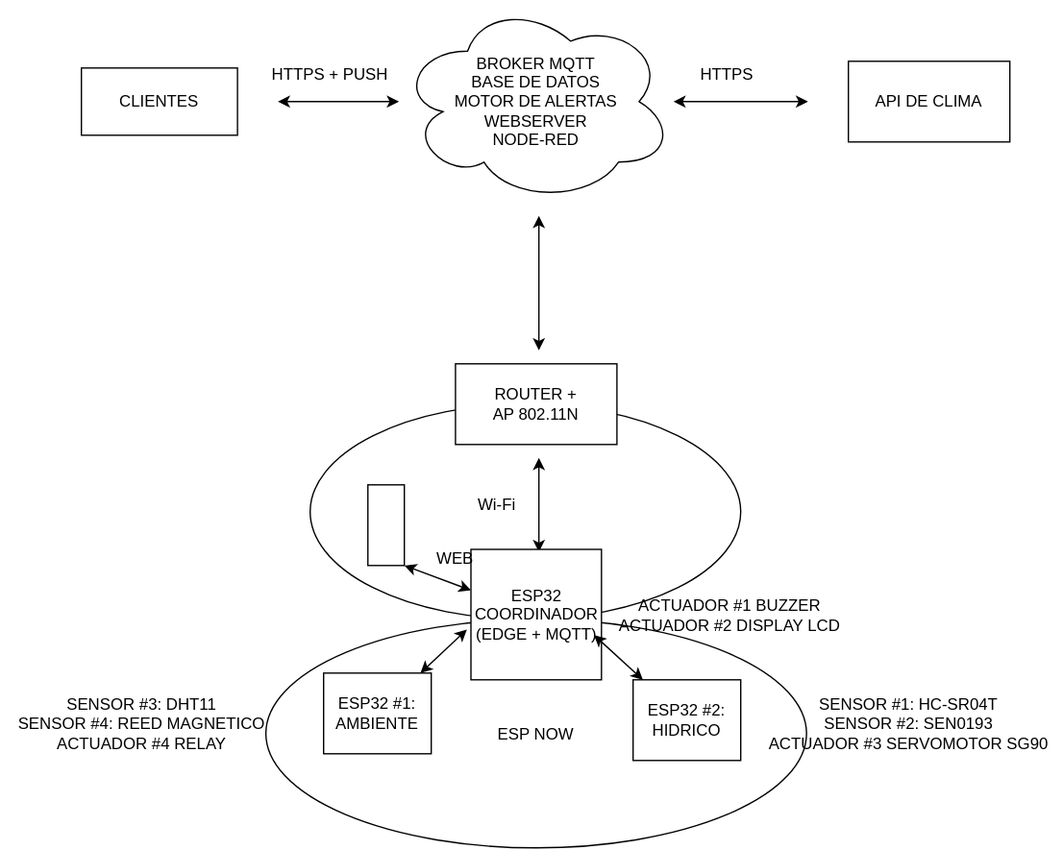
Earlier version of the draw.io export lucianosalgado/arq.svg (zellsito/proxecto_novas_arquitecturas_grupo_5_2627). Source tidied: cells renumbered, new cells last; positions are measured from the earlier drawing's top-left corner, leaving out a move shared by most shapes.
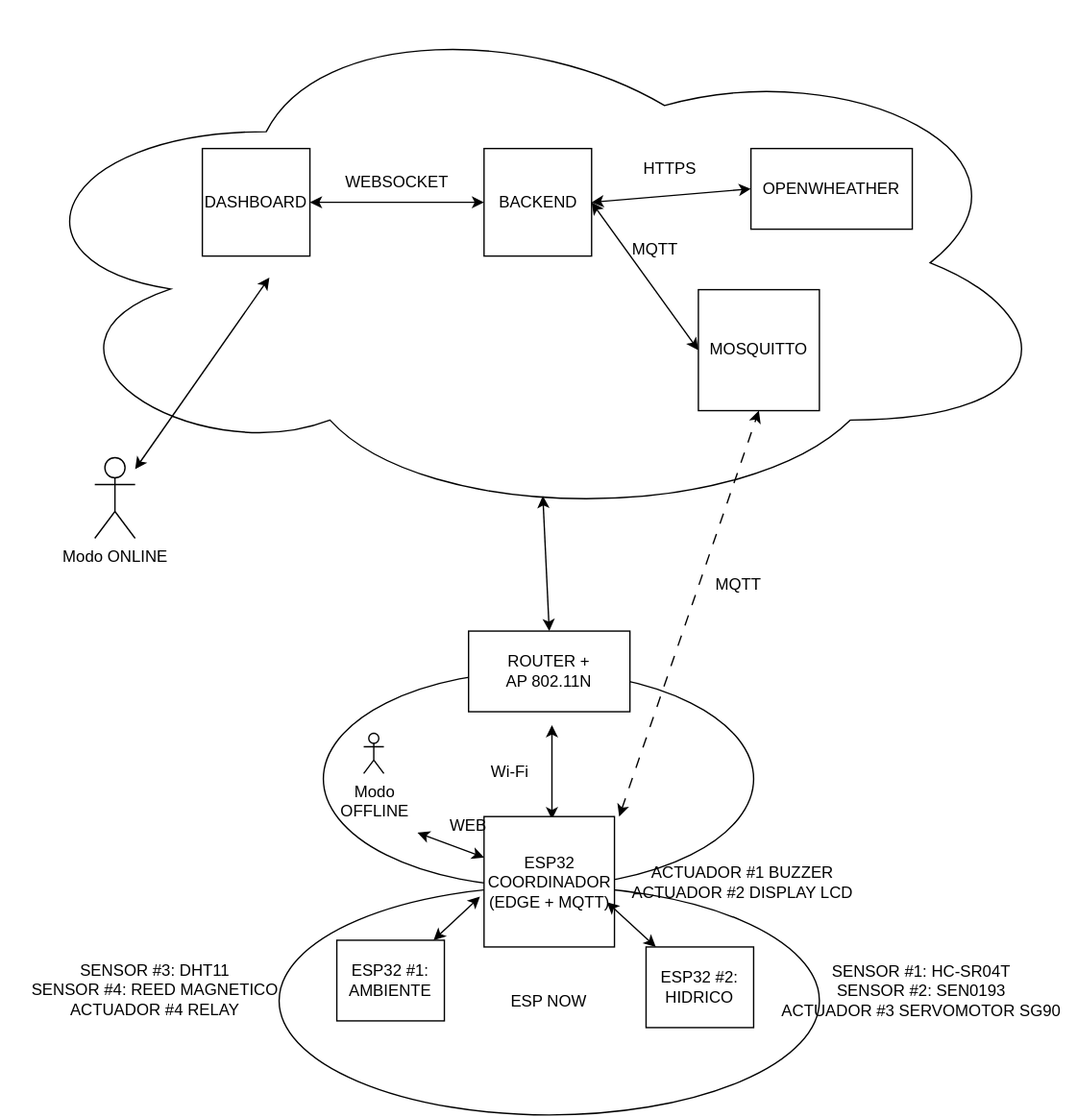
After the change.

Diff of the diagram source:
```diff
@@ -8,32 +8,14 @@
     <mxCell id="3" value="ESP NOW" style="ellipse;whiteSpace=wrap;html=1;shapeInside=1;" parent="1" vertex="1">
       <mxGeometry x="197.1" y="460" width="401.8" height="170" as="geometry" />
     </mxCell>
-    <mxCell id="4" value="BROKER MQTT&lt;div&gt;BASE DE DATOS&lt;/div&gt;&lt;div&gt;MOTOR DE ALERTAS&lt;/div&gt;&lt;div&gt;WEBSERVER&lt;/div&gt;&lt;div&gt;NODE-RED&lt;/div&gt;" style="ellipse;shape=cloud;whiteSpace=wrap;html=1;perimeter=cloudPerimeter;" parent="1" vertex="1">
-      <mxGeometry x="296" width="204" height="150" as="geometry" />
+    <mxCell id="4" style="ellipse;shape=cloud;whiteSpace=wrap;html=1;perimeter=cloudPerimeter;" parent="1" vertex="1">
+      <mxGeometry x="-10" y="-199" width="790" height="390" as="geometry" />
     </mxCell>
-    <mxCell id="5" value="CLIENTES" style="rounded=0;whiteSpace=wrap;html=1;" parent="1" vertex="1">
-      <mxGeometry x="60" y="50" width="116" height="50" as="geometry" />
-    </mxCell>
-    <mxCell id="6" value="API DE CLIMA" style="rounded=0;whiteSpace=wrap;html=1;" parent="1" vertex="1">
-      <mxGeometry x="630" y="45" width="120" height="60" as="geometry" />
+    <mxCell id="6" value="OPENWHEATHER" style="rounded=0;whiteSpace=wrap;html=1;" parent="1" vertex="1">
+      <mxGeometry x="548" y="-89" width="120" height="60" as="geometry" />
     </mxCell>
-    <mxCell id="7" style="endArrow=classic;startArrow=classic;html=1;rounded=0;defaultLabelBackgroundColor=page;labelPadding=0 4;" parent="1" edge="1">
-      <mxGeometry relative="1" as="geometry">
-        <mxPoint x="500" y="75" as="sourcePoint" />
-        <mxPoint x="600" y="75" as="targetPoint" />
-      </mxGeometry>
-    </mxCell>
-    <mxCell id="8" style="endArrow=classic;startArrow=classic;html=1;rounded=0;defaultLabelBackgroundColor=page;labelPadding=0 4;" parent="1" edge="1">
-      <mxGeometry relative="1" as="geometry">
-        <mxPoint x="206" y="75" as="sourcePoint" />
-        <mxPoint x="296" y="75" as="targetPoint" />
-      </mxGeometry>
-    </mxCell>
-    <mxCell id="9" style="endArrow=classic;startArrow=classic;html=1;rounded=0;defaultLabelBackgroundColor=page;labelPadding=0 4;" parent="1" edge="1">
-      <mxGeometry relative="1" as="geometry">
-        <mxPoint x="400" y="260" as="sourcePoint" />
-        <mxPoint x="400" y="160" as="targetPoint" />
-      </mxGeometry>
+    <mxCell id="9" style="endArrow=classic;startArrow=classic;html=1;rounded=0;defaultLabelBackgroundColor=page;labelPadding=0 4;exitX=0.5;exitY=0;exitDx=0;exitDy=0;" parent="1" edge="1" source="10" target="4">
+      <mxGeometry relative="1" as="geometry" />
     </mxCell>
     <mxCell id="10" value="ROUTER +&lt;div&gt;AP 802.11N&lt;/div&gt;" style="rounded=0;whiteSpace=wrap;html=1;" parent="1" vertex="1">
       <mxGeometry x="338" y="270" width="120" height="60" as="geometry" />
@@ -59,17 +41,10 @@
     <mxCell id="16" style="endArrow=classic;startArrow=classic;html=1;rounded=0;defaultLabelBackgroundColor=page;labelPadding=0 4;entryX=-0.031;entryY=0.614;entryDx=0;entryDy=0;entryPerimeter=0;" parent="1" edge="1" source="14" target="12">
       <mxGeometry relative="1" as="geometry" />
     </mxCell>
-    <mxCell id="17" value="HTTPS + PUSH" style="text;html=1;whiteSpace=wrap;strokeColor=none;fillColor=none;align=center;verticalAlign=middle;rounded=0;" parent="1" vertex="1">
-      <mxGeometry x="190" y="40" width="110" height="30" as="geometry" />
-    </mxCell>
-    <mxCell id="18" value="HTTPS" style="text;html=1;whiteSpace=wrap;strokeColor=none;fillColor=none;align=center;verticalAlign=middle;rounded=0;" parent="1" vertex="1">
-      <mxGeometry x="510" y="40" width="60" height="30" as="geometry" />
-    </mxCell>
-    <mxCell id="19" style="rounded=0;whiteSpace=wrap;html=1;" parent="1" vertex="1">
-      <mxGeometry x="272.9" y="360" width="27.1" height="60" as="geometry" />
-    </mxCell>
-    <mxCell id="20" style="endArrow=classic;startArrow=classic;html=1;rounded=0;defaultLabelBackgroundColor=page;labelPadding=0 4;entryX=1;entryY=1;entryDx=0;entryDy=0;" parent="1" edge="1" source="12" target="19">
-      <mxGeometry relative="1" as="geometry" />
+    <mxCell id="20" style="endArrow=classic;startArrow=classic;html=1;rounded=0;defaultLabelBackgroundColor=page;labelPadding=0 4;entryX=1;entryY=1;entryDx=0;entryDy=0;" parent="1" edge="1" source="12">
+      <mxGeometry relative="1" as="geometry">
+        <mxPoint x="300" y="420" as="targetPoint" />
+      </mxGeometry>
     </mxCell>
     <mxCell id="21" value="WEB" style="text;html=1;whiteSpace=wrap;strokeColor=none;fillColor=none;align=center;verticalAlign=middle;rounded=0;" parent="1" vertex="1">
       <mxGeometry x="308" y="400" width="60" height="30" as="geometry" />
@@ -81,10 +56,54 @@
       <mxGeometry x="560" y="510" width="230" height="70" as="geometry" />
     </mxCell>
     <mxCell id="24" value="SENSOR #3: DHT11&lt;div&gt;SENSOR #4: REED MAGNETICO&lt;br&gt;ACTUADOR #4 RELAY&lt;/div&gt;&lt;div&gt;&lt;br&gt;&lt;/div&gt;" style="text;html=1;whiteSpace=wrap;strokeColor=none;fillColor=none;align=center;verticalAlign=middle;rounded=0;" parent="1" vertex="1">
-      <mxGeometry y="510" width="210" height="70" as="geometry" />
+      <mxGeometry y="509" width="210" height="70" as="geometry" />
     </mxCell>
     <mxCell id="25" value="Wi-Fi" style="text;html=1;whiteSpace=wrap;strokeColor=none;fillColor=none;align=center;verticalAlign=middle;rounded=0;" parent="1" vertex="1">
       <mxGeometry x="344" y="360" width="50" height="30" as="geometry" />
     </mxCell>
+    <mxCell id="26" value="MOSQUITTO" style="whiteSpace=wrap;html=1;" parent="1" vertex="1">
+      <mxGeometry x="508.9" y="16" width="90" height="90" as="geometry" />
+    </mxCell>
+    <mxCell id="27" value="BACKEND" style="whiteSpace=wrap;html=1;" parent="1" vertex="1">
+      <mxGeometry x="349.5" y="-89" width="80" height="80" as="geometry" />
+    </mxCell>
+    <mxCell id="28" style="endArrow=classic;startArrow=classic;html=1;rounded=0;defaultLabelBackgroundColor=page;labelPadding=0 4;entryX=0;entryY=0.5;entryDx=0;entryDy=0;exitX=1;exitY=0.5;exitDx=0;exitDy=0;" parent="1" edge="1" source="27" target="26">
+      <mxGeometry relative="1" as="geometry" />
+    </mxCell>
+    <mxCell id="29" value="DASHBOARD" style="whiteSpace=wrap;html=1;" parent="1" vertex="1">
+      <mxGeometry x="140" y="-89" width="80" height="80" as="geometry" />
+    </mxCell>
+    <mxCell id="30" style="endArrow=classic;startArrow=classic;html=1;rounded=0;defaultLabelBackgroundColor=page;labelPadding=0 4;entryX=0;entryY=0.5;entryDx=0;entryDy=0;exitX=1;exitY=0.5;exitDx=0;exitDy=0;" parent="1" edge="1" source="29" target="27">
+      <mxGeometry relative="1" as="geometry" />
+    </mxCell>
+    <mxCell id="31" style="endArrow=classic;startArrow=classic;html=1;rounded=0;defaultLabelBackgroundColor=page;labelPadding=0 4;entryX=0;entryY=0.5;entryDx=0;entryDy=0;exitX=1;exitY=0.5;exitDx=0;exitDy=0;" parent="1" edge="1" source="27" target="6">
+      <mxGeometry relative="1" as="geometry" />
+    </mxCell>
+    <mxCell id="32" style="endArrow=classic;startArrow=classic;html=1;rounded=0;defaultLabelBackgroundColor=page;labelPadding=0 4;entryX=0.5;entryY=1;entryDx=0;entryDy=0;dashed=1;dashPattern=8 8;" parent="1" edge="1" target="26">
+      <mxGeometry relative="1" as="geometry">
+        <mxPoint x="450" y="408" as="sourcePoint" />
+      </mxGeometry>
+    </mxCell>
+    <mxCell id="33" value="MQTT" style="text;html=1;whiteSpace=wrap;strokeColor=none;fillColor=none;align=center;verticalAlign=middle;rounded=0;" parent="1" vertex="1">
+      <mxGeometry x="508.9" y="221" width="60" height="30" as="geometry" />
+    </mxCell>
+    <mxCell id="34" value="MQTT" style="text;html=1;whiteSpace=wrap;strokeColor=none;fillColor=none;align=center;verticalAlign=middle;rounded=0;" parent="1" vertex="1">
+      <mxGeometry x="446.5" y="-29" width="60" height="30" as="geometry" />
+    </mxCell>
+    <mxCell id="18" value="HTTPS" style="text;html=1;whiteSpace=wrap;strokeColor=none;fillColor=none;align=center;verticalAlign=middle;rounded=0;" parent="1" vertex="1">
+      <mxGeometry x="458" y="-89" width="60" height="30" as="geometry" />
+    </mxCell>
+    <mxCell id="35" value="WEB&lt;span style=&quot;background-color: transparent; color: light-dark(#000000, var(--ge-light-color, #ffffff));&quot;&gt;SOCKET&lt;/span&gt;" style="text;html=1;whiteSpace=wrap;strokeColor=none;fillColor=none;align=center;verticalAlign=middle;rounded=0;" parent="1" vertex="1">
+      <mxGeometry x="235" y="-79" width="100" height="30" as="geometry" />
+    </mxCell>
+    <mxCell id="36" value="Modo ONLINE" style="shape=umlActor;verticalLabelPosition=bottom;verticalAlign=top;html=1;outlineConnect=0;labelPerimeter=1;" parent="1" vertex="1">
+      <mxGeometry x="60" y="141" width="30" height="60" as="geometry" />
+    </mxCell>
+    <mxCell id="37" style="endArrow=classic;startArrow=classic;html=1;rounded=0;defaultLabelBackgroundColor=page;labelPadding=0 4;entryX=0.253;entryY=0.528;entryDx=0;entryDy=0;entryPerimeter=0;" parent="1" edge="1" source="36" target="4">
+      <mxGeometry relative="1" as="geometry" />
+    </mxCell>
+    <mxCell id="38" value="Modo&lt;div&gt;OFFLINE&lt;/div&gt;" style="shape=umlActor;verticalLabelPosition=bottom;verticalAlign=top;html=1;labelPerimeter=1;" parent="1" vertex="1">
+      <mxGeometry x="260" y="346" width="15" height="30" as="geometry" />
+    </mxCell>
   </root>
 </mxGraphModel>
```
